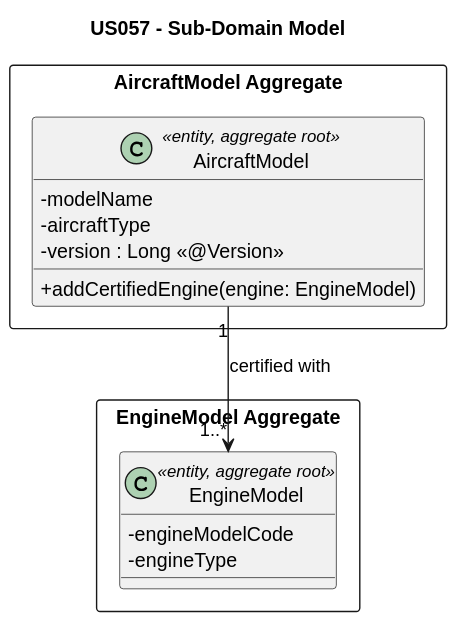
brunodspinto/aisafe keeps this PlantUML diagram as aisafe.base/docs/user-stories/us057/svg/US057-domain-model.svg. Above is the earlier version. The source it was exported from:
```plantuml
@startuml
skinparam shadowing false
skinparam classAttributeIconSize 0

title US057 - Sub-Domain Model

package "AircraftModel Aggregate" <<Rectangle>> {
    class AircraftModel <<entity, aggregate root>> {
        - modelName
        - aircraftType
        - version : Long <<@Version>>
        + addCertifiedEngine(engine: EngineModel)
    }
}

package "EngineModel Aggregate" <<Rectangle>> {
    class EngineModel <<entity, aggregate root>> {
        - engineModelCode
        - engineType
    }
}

AircraftModel "1" --> "1..*" EngineModel : "certified with"
@enduml
```
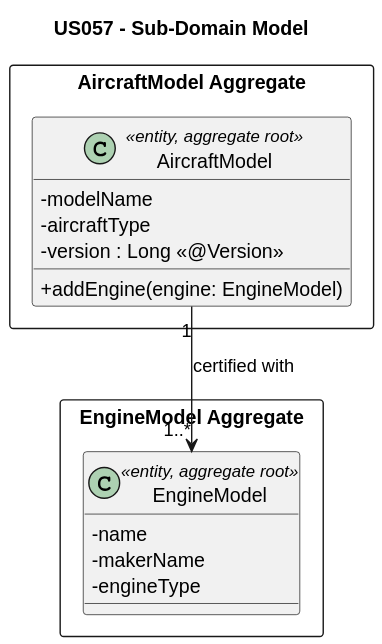
Later version of the same file.

Commit message:
#28 US057 - refactor: rename engine-related methods and update domain model for AircraftModel and EngineModel

The edit, as a diff of the source:
```diff
@@ -9,16 +9,18 @@
         - modelName
         - aircraftType
         - version : Long <<@Version>>
-        + addCertifiedEngine(engine: EngineModel)
+        + addEngine(engine: EngineModel)
     }
 }
 
 package "EngineModel Aggregate" <<Rectangle>> {
     class EngineModel <<entity, aggregate root>> {
-        - engineModelCode
+        - name
+        - makerName
         - engineType
     }
 }
 
+
 AircraftModel "1" --> "1..*" EngineModel : "certified with"
 @enduml
```
